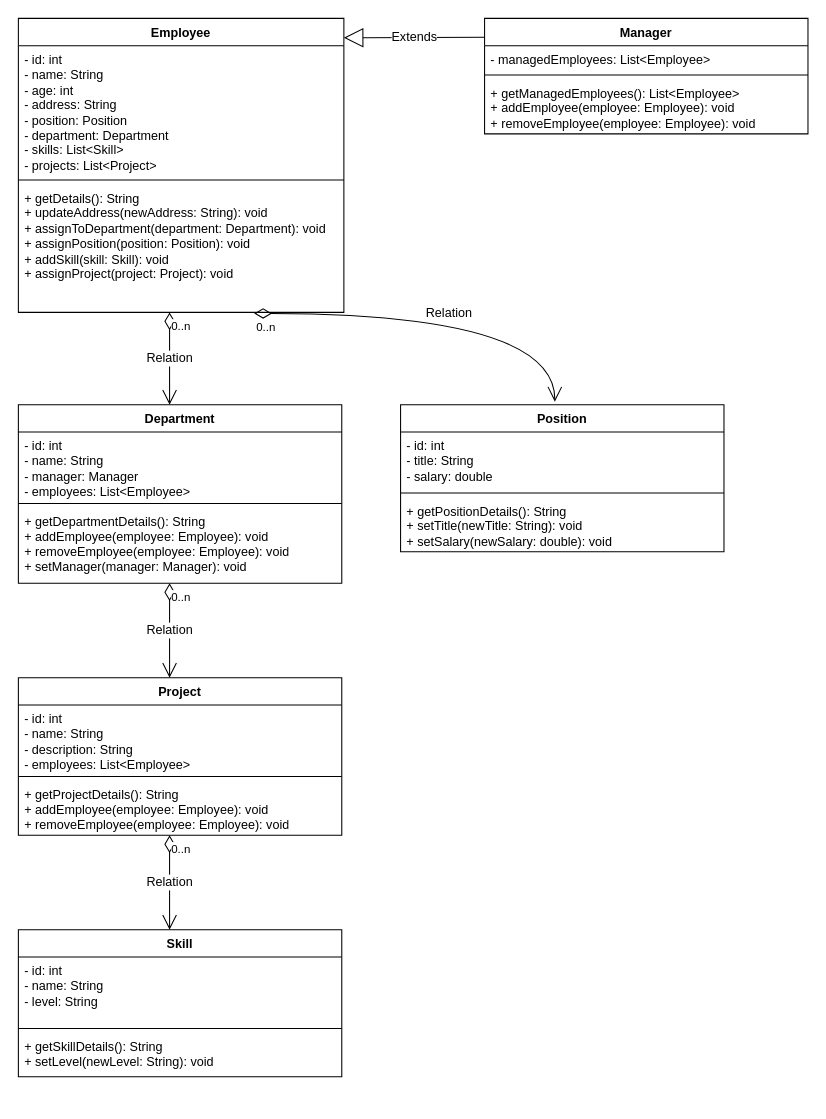
Above: page "Страница — 1" (1 of 2) of task-2/3/Employee/Employee.drawio in Mad-Irishman/lesson-git (draw.io), before the change. Source tidied: cells renumbered, new cells numbered last; positions are measured from the earlier drawing's top-left corner, leaving out a move shared by most shapes. Both pictures are drawn from the tidied source at 105%, with x=0, y=0 at pixel (18, 18).
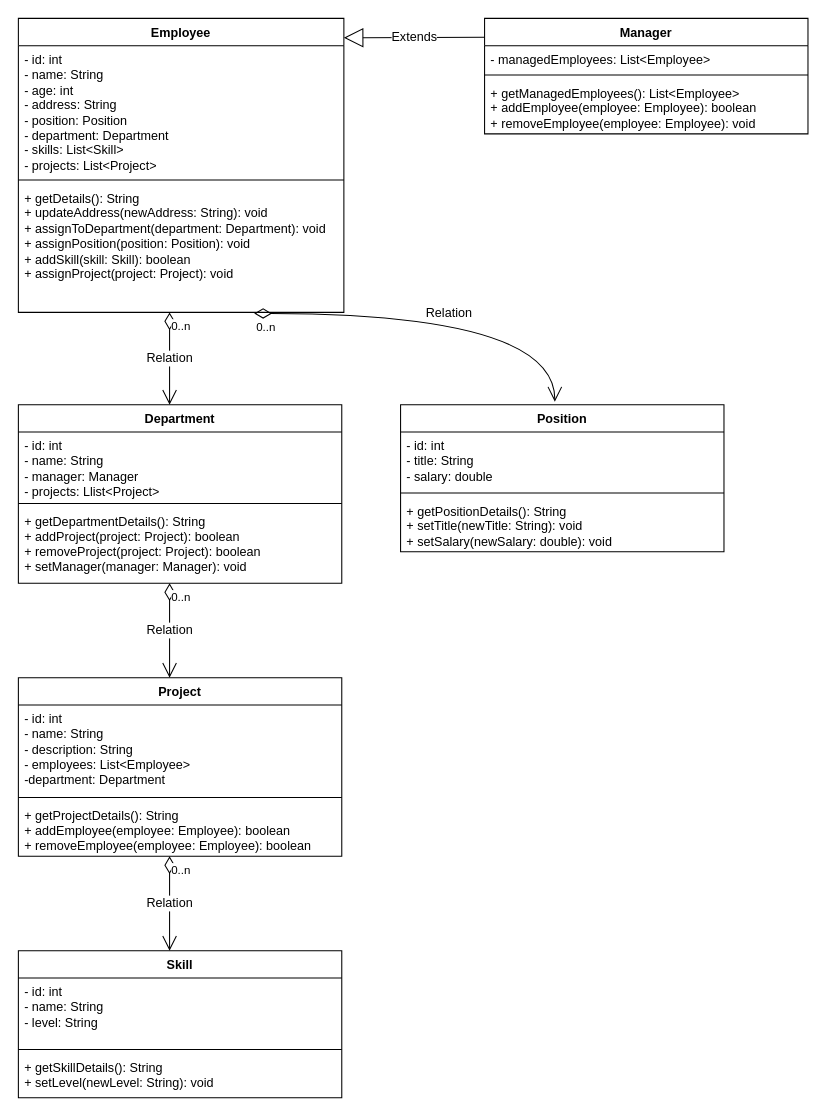
Above is the later version.

Commit message (it also covers changes not shown here):
Changed the return value to boolean Added a linking field between Depatment and Project

Unchanged cells that the change refers to:
```xml
<mxCell id="2" value="Employee     " style="swimlane;fontStyle=1;align=center;verticalAlign=top;horizontal=1;startSize=26;whiteSpace=wrap;html=1;" parent="1" vertex="1">
  <mxGeometry width="310" height="280" as="geometry" />
</mxCell>
<mxCell id="10" value="Manager         " style="swimlane;fontStyle=1;align=center;verticalAlign=top;horizontal=1;startSize=26;whiteSpace=wrap;html=1;" parent="1" vertex="1">
  <mxGeometry x="444" width="308" height="110" as="geometry" />
</mxCell>
<mxCell id="14" value="Department            " style="swimlane;fontStyle=1;align=center;verticalAlign=top;horizontal=1;startSize=26;whiteSpace=wrap;html=1;" parent="1" vertex="1">
  <mxGeometry y="368" width="308" height="170" as="geometry" />
</mxCell>
```

The edit, as a diff of the source:
```diff
@@
-    <mxCell id="5" value=" + getDetails(): String&lt;div&gt;+ updateAddress(newAddress: String): void&lt;/div&gt;&lt;div&gt;+ assignToDepartment(department: Department): void&lt;/div&gt;&lt;div&gt;+ assignPosition(position: Position): void&lt;/div&gt;&lt;div&gt;+ addSkill(skill: Skill): void&lt;/div&gt;&lt;div&gt;+ assignProject(project: Project): void&lt;/div&gt;" style="text;strokeColor=none;fillColor=none;align=left;verticalAlign=top;spacingLeft=4;spacingRight=4;overflow=hidden;whiteSpace=wrap;html=1;" parent="2" vertex="1">
+    <mxCell id="5" value=" + getDetails(): String&lt;div&gt;+ updateAddress(newAddress: String): void&lt;/div&gt;&lt;div&gt;+ assignToDepartment(department: Department): void&lt;/div&gt;&lt;div&gt;+ assignPosition(position: Position): void&lt;/div&gt;&lt;div&gt;+ addSkill(skill: Skill): boolean&lt;/div&gt;&lt;div&gt;+ assignProject(project: Project): void&lt;/div&gt;" style="text;strokeColor=none;fillColor=none;align=left;verticalAlign=top;spacingLeft=4;spacingRight=4;overflow=hidden;whiteSpace=wrap;html=1;" parent="2" vertex="1">
       <mxGeometry y="158" width="310" height="122" as="geometry" />
     </mxCell>
@@
-    <mxCell id="13" value="+ getManagedEmployees(): List&amp;lt;Employee&amp;gt;&lt;div&gt;+ addEmployee(employee: Employee): void &lt;/div&gt;&lt;div&gt;+ removeEmployee(employee: Employee): void&lt;/div&gt;" style="text;strokeColor=none;fillColor=none;align=left;verticalAlign=top;spacingLeft=4;spacingRight=4;overflow=hidden;whiteSpace=wrap;html=1;" parent="10" vertex="1">
+    <mxCell id="13" value="+ getManagedEmployees(): List&amp;lt;Employee&amp;gt;&lt;div&gt;+ addEmployee(employee: Employee): boolean&lt;/div&gt;&lt;div&gt;+ removeEmployee(employee: Employee): void&lt;/div&gt;" style="text;strokeColor=none;fillColor=none;align=left;verticalAlign=top;spacingLeft=4;spacingRight=4;overflow=hidden;whiteSpace=wrap;html=1;" parent="10" vertex="1">
       <mxGeometry y="58" width="308" height="52" as="geometry" />
     </mxCell>
@@
-    <mxCell id="15" value="&lt;div&gt;- id: int&lt;/div&gt;&lt;div&gt;- name: String&lt;/div&gt;&lt;div&gt;- manager: Manager&lt;/div&gt;&lt;div&gt;- employees: List&amp;lt;Employee&amp;gt;&lt;/div&gt;" style="text;strokeColor=none;fillColor=none;align=left;verticalAlign=top;spacingLeft=4;spacingRight=4;overflow=hidden;whiteSpace=wrap;html=1;" parent="14" vertex="1">
+    <mxCell id="15" value="&lt;div&gt;- id: int&lt;/div&gt;&lt;div&gt;- name: String&lt;/div&gt;&lt;div&gt;- manager: Manager&lt;/div&gt;&lt;div&gt;- projects: Llist&amp;lt;Project&amp;gt;&lt;/div&gt;" style="text;strokeColor=none;fillColor=none;align=left;verticalAlign=top;spacingLeft=4;spacingRight=4;overflow=hidden;whiteSpace=wrap;html=1;" parent="14" vertex="1">
       <mxGeometry y="26" width="308" height="64" as="geometry" />
     </mxCell>
@@
-    <mxCell id="17" value="+ getDepartmentDetails(): String&lt;div&gt;+ addEmployee(employee: Employee): void &lt;/div&gt;&lt;div&gt;+ removeEmployee(employee: Employee): void&lt;/div&gt;&lt;div&gt;+ setManager(manager: Manager): void&lt;br&gt;&lt;/div&gt;" style="text;strokeColor=none;fillColor=none;align=left;verticalAlign=top;spacingLeft=4;spacingRight=4;overflow=hidden;whiteSpace=wrap;html=1;" parent="14" vertex="1">
+    <mxCell id="17" value="+ getDepartmentDetails(): String&lt;div&gt;+ addProject(project: Project): boolean&lt;/div&gt;&lt;div&gt;+ removeProject(project: Project): boolean&lt;br&gt;&lt;/div&gt;&lt;div&gt;+ setManager(manager: Manager): void&lt;br&gt;&lt;/div&gt;" style="text;strokeColor=none;fillColor=none;align=left;verticalAlign=top;spacingLeft=4;spacingRight=4;overflow=hidden;whiteSpace=wrap;html=1;" parent="14" vertex="1">
       <mxGeometry y="98" width="308" height="72" as="geometry" />
     </mxCell>
     <mxCell id="18" value="Project                 " style="swimlane;fontStyle=1;align=center;verticalAlign=top;horizontal=1;startSize=26;whiteSpace=wrap;html=1;" parent="1" vertex="1">
-      <mxGeometry y="628" width="308" height="150" as="geometry" />
+      <mxGeometry y="628" width="308" height="170" as="geometry" />
     </mxCell>
-    <mxCell id="19" value="&lt;div&gt;- id: int&lt;/div&gt;&lt;div&gt;- name: String&lt;/div&gt;&lt;div&gt;- description: String&lt;/div&gt;&lt;div&gt;- employees: List&amp;lt;Employee&amp;gt;&lt;/div&gt;" style="text;strokeColor=none;fillColor=none;align=left;verticalAlign=top;spacingLeft=4;spacingRight=4;overflow=hidden;whiteSpace=wrap;html=1;" parent="18" vertex="1">
-      <mxGeometry y="26" width="308" height="64" as="geometry" />
+    <mxCell id="19" value="&lt;div&gt;- id: int&lt;/div&gt;&lt;div&gt;- name: String&lt;/div&gt;&lt;div&gt;- description: String&lt;/div&gt;&lt;div&gt;- employees: List&amp;lt;Employee&amp;gt;&lt;/div&gt;&lt;div&gt;-department: Department&lt;/div&gt;" style="text;strokeColor=none;fillColor=none;align=left;verticalAlign=top;spacingLeft=4;spacingRight=4;overflow=hidden;whiteSpace=wrap;html=1;" parent="18" vertex="1">
+      <mxGeometry y="26" width="308" height="84" as="geometry" />
     </mxCell>
     <mxCell id="20" style="line;strokeWidth=1;fillColor=none;align=left;verticalAlign=middle;spacingTop=-1;spacingLeft=3;spacingRight=3;labelPosition=right;strokeColor=inherit;" parent="18" vertex="1">
-      <mxGeometry y="90" width="308" height="8" as="geometry" />
+      <mxGeometry y="110" width="308" height="8" as="geometry" />
     </mxCell>
-    <mxCell id="21" value="+ getProjectDetails(): String&lt;div&gt;+ addEmployee(employee: Employee): void &lt;/div&gt;&lt;div&gt;+ removeEmployee(employee: Employee): void&lt;/div&gt;" style="text;strokeColor=none;fillColor=none;align=left;verticalAlign=top;spacingLeft=4;spacingRight=4;overflow=hidden;whiteSpace=wrap;html=1;" parent="18" vertex="1">
-      <mxGeometry y="98" width="308" height="52" as="geometry" />
+    <mxCell id="21" value="+ getProjectDetails(): String&lt;div&gt;+ addEmployee(employee: Employee):&amp;nbsp;&lt;span style=&quot;background-color: initial;&quot;&gt;boolean&lt;/span&gt;&lt;/div&gt;&lt;div&gt;+ removeEmployee(employee: Employee):&amp;nbsp;&lt;span style=&quot;background-color: initial;&quot;&gt;boolean&lt;/span&gt;&lt;/div&gt;" style="text;strokeColor=none;fillColor=none;align=left;verticalAlign=top;spacingLeft=4;spacingRight=4;overflow=hidden;whiteSpace=wrap;html=1;" parent="18" vertex="1">
+      <mxGeometry y="118" width="308" height="52" as="geometry" />
     </mxCell>
     <mxCell id="22" value="Skill                  " style="swimlane;fontStyle=1;align=center;verticalAlign=top;horizontal=1;startSize=26;whiteSpace=wrap;html=1;" parent="1" vertex="1">
-      <mxGeometry y="868" width="308" height="140" as="geometry" />
+      <mxGeometry y="888" width="308" height="140" as="geometry" />
     </mxCell>
@@
     <mxCell id="33" value="Relation" style="endArrow=open;html=1;endSize=12;startArrow=diamondThin;startSize=14;startFill=0;edgeStyle=orthogonalEdgeStyle;rounded=0;fontSize=12;curved=1;" parent="1" edge="1">
       <mxGeometry relative="1" as="geometry">
-        <mxPoint x="144" y="778" as="sourcePoint" />
-        <mxPoint x="144" y="868" as="targetPoint" />
+        <mxPoint x="144" y="798" as="sourcePoint" />
+        <mxPoint x="144" y="888" as="targetPoint" />
       </mxGeometry>
     </mxCell>
```
